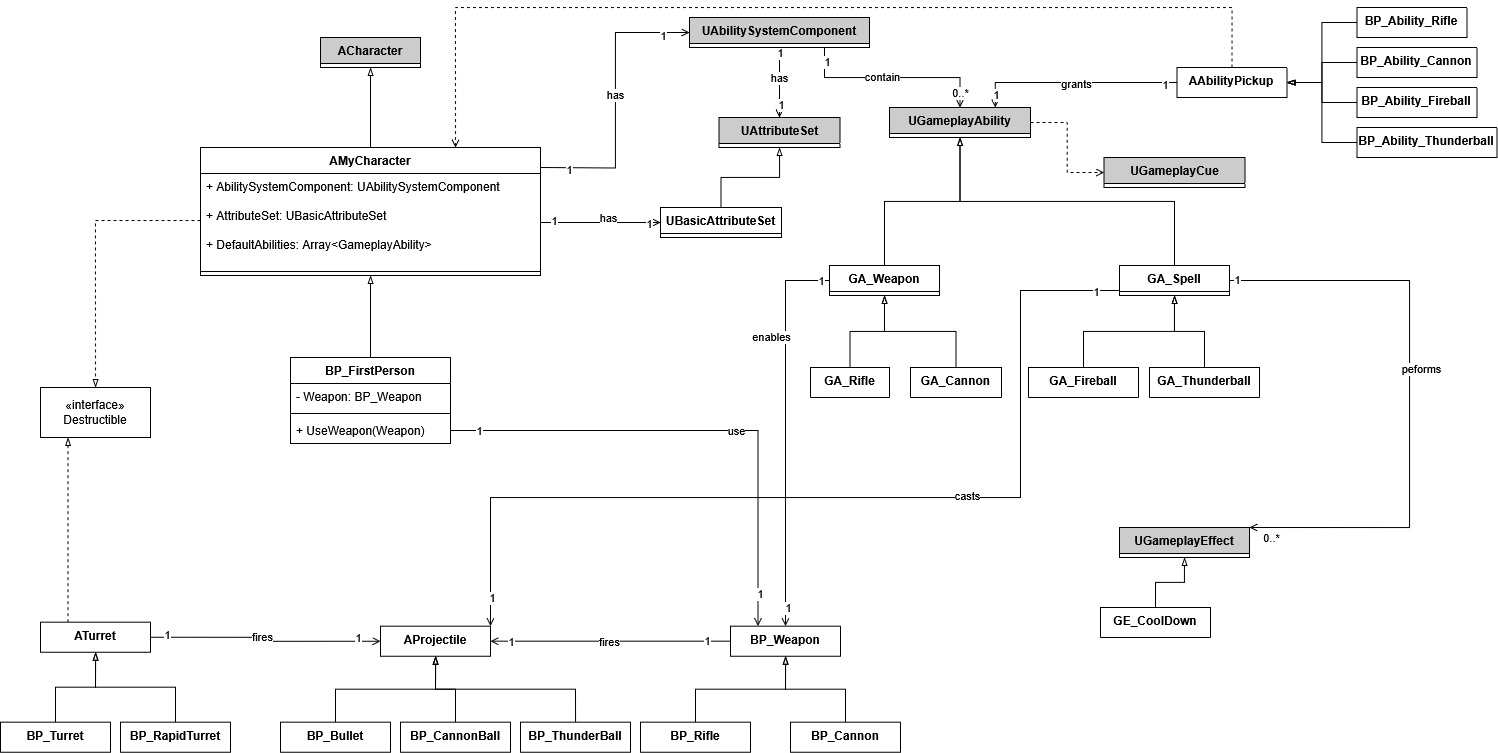
Above: TurretShooter_UML_Class.drawio.png in Grandmarkk/TurretShooter (draw.io), before the change. Source tidied: cells renumbered, new cells last; positions are measured from the earlier drawing's top-left corner, leaving out a move shared by most shapes.
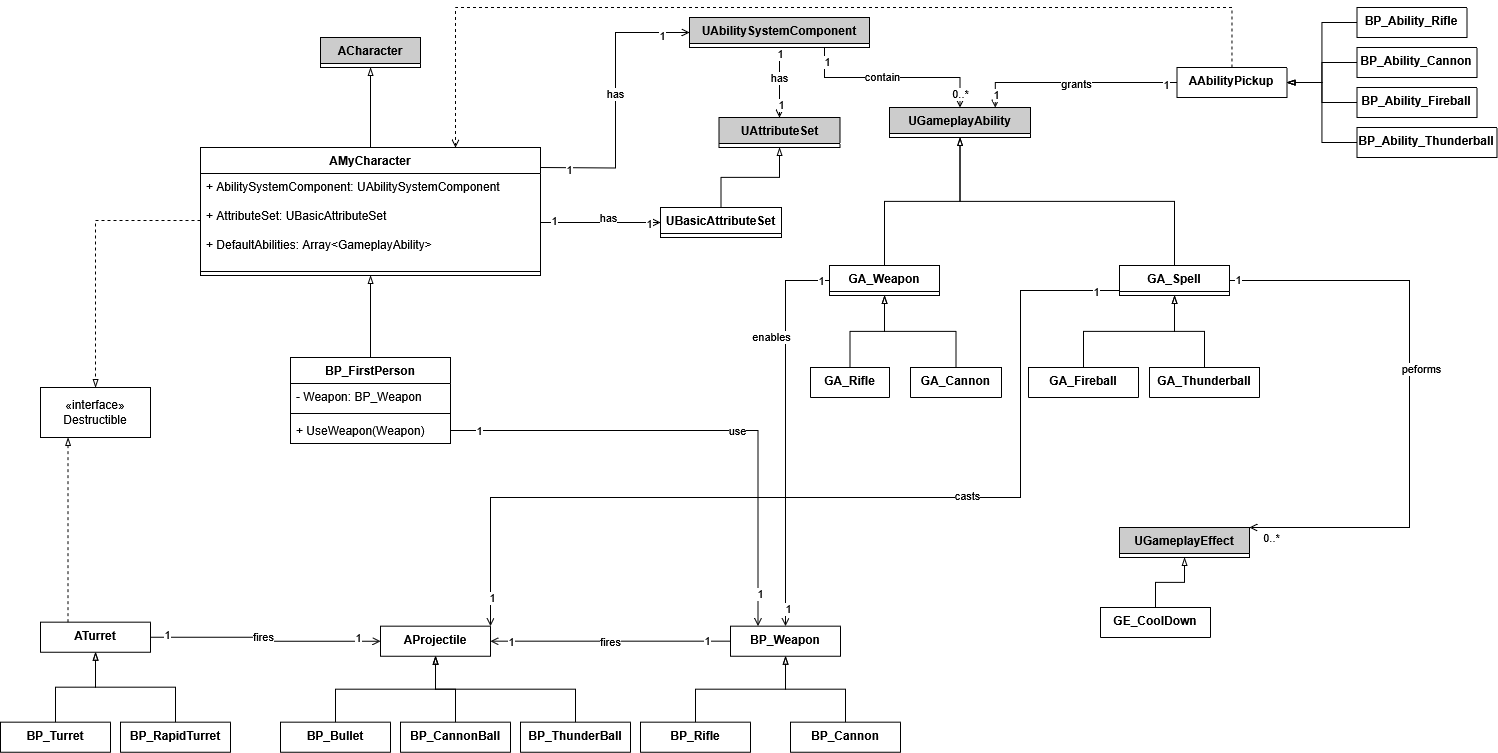
Above is the later version.

Commit message:
Class diagram updated

The edit, as a diff of the source:
```diff
@@ -115,9 +115,6 @@
     <mxCell id="35" value="&lt;b&gt;UBasicAttributeSet&lt;/b&gt;" style="swimlane;fontStyle=0;horizontal=1;startSize=26;fillColor=#FFFFFF;whiteSpace=wrap;html=1;" parent="1" vertex="1" collapsed="1">
       <mxGeometry x="660" y="200" width="121" height="30" as="geometry" />
     </mxCell>
-    <mxCell id="36" style="edgeStyle=orthogonalEdgeStyle;rounded=0;jettySize=auto;html=1;entryX=0;entryY=0.5;entryDx=0;entryDy=0;endArrow=open;endFill=0;dashed=1;" parent="1" edge="1" source="37" target="89">
-      <mxGeometry relative="1" as="geometry" />
-    </mxCell>
     <mxCell id="37" value="&lt;b&gt;UGameplayAbility&lt;/b&gt;" style="swimlane;fontStyle=0;horizontal=1;startSize=26;fillColor=#CCCCCC;whiteSpace=wrap;html=1;" parent="1" vertex="1" collapsed="1">
       <mxGeometry x="889" y="100" width="141" height="30" as="geometry" />
     </mxCell>
@@ -306,9 +303,6 @@
     <mxCell id="88" value="BP_RapidTurret" style="swimlane;fontStyle=1;align=center;verticalAlign=top;horizontal=1;startSize=0;whiteSpace=wrap;html=1;" parent="1" vertex="1" collapsed="1">
       <mxGeometry x="120" y="714.7" width="110" height="30" as="geometry" />
     </mxCell>
-    <mxCell id="89" value="&lt;b&gt;UGameplayCue&lt;/b&gt;" style="swimlane;fontStyle=0;horizontal=1;startSize=26;fillColor=#CCCCCC;whiteSpace=wrap;html=1;" parent="1" vertex="1" collapsed="1">
-      <mxGeometry x="1103.5" y="150" width="141" height="30" as="geometry" />
-    </mxCell>
     <mxCell id="90" style="edgeStyle=orthogonalEdgeStyle;rounded=0;jettySize=auto;html=1;entryX=0.75;entryY=0;entryDx=0;entryDy=0;endArrow=open;endFill=0;" parent="1" edge="1" source="95" target="37">
       <mxGeometry relative="1" as="geometry" />
     </mxCell>
```
